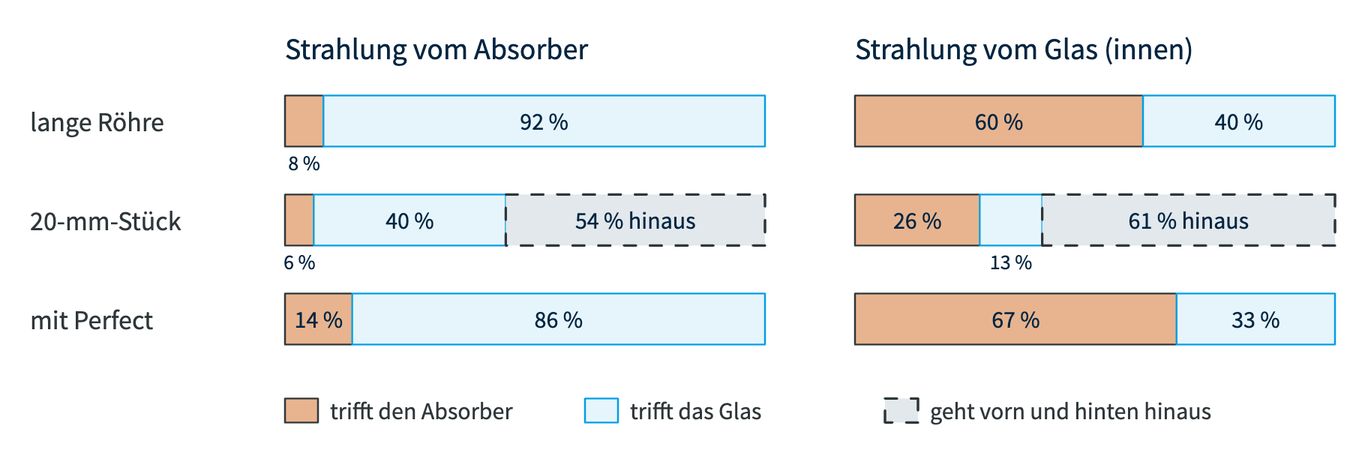
This is docs/P2_Randbedingungen/images/p2_sichtfaktor_balken.excalidraw.png from prof-schoenfelder-lab/Thermische-Analyse, a Excalidraw export, as it was before one commit. Source tidied: one line per element, renumbered; positions are measured from the earlier drawing's top-left corner, leaving out a move shared by most shapes.
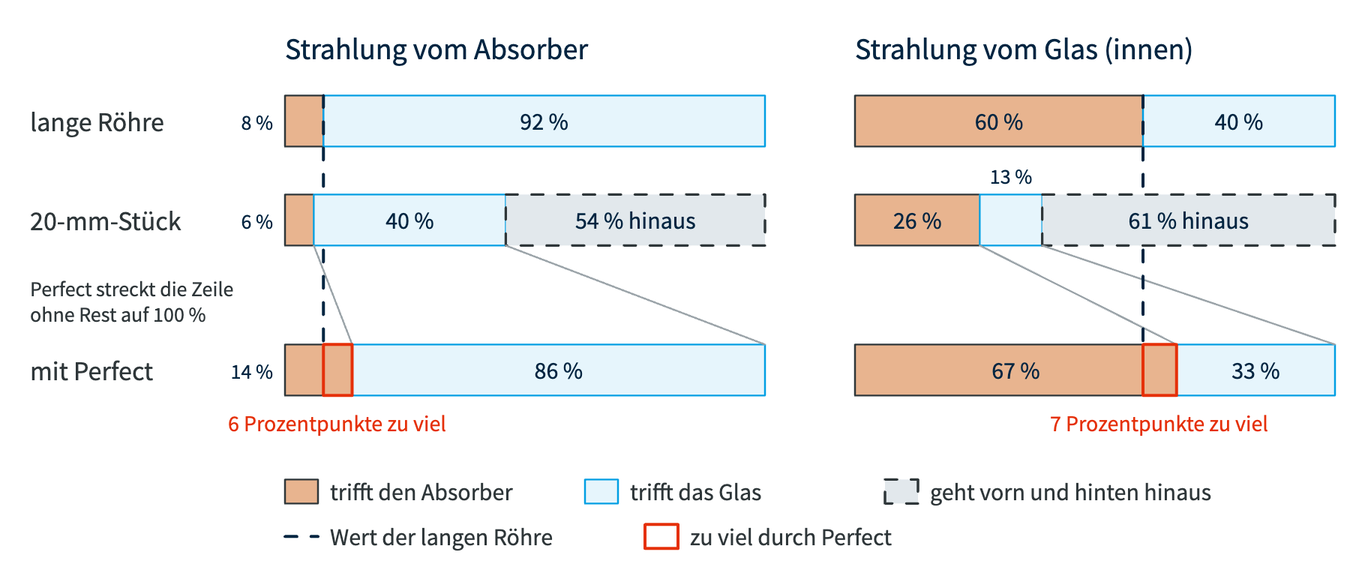
Above is the later version.

Diff of the diagram source:
```diff
@@ -1,39 +1,57 @@
+{"id": 1, "type": "text", "text": "lange Röhre", "strokeColor": "#2E3639", "strokeWidth": 2, "roughness": 0, "fontSize": 18, "fontFamily": 4, "x": 0, "y": 50, "width": 89, "height": 23}
+{"id": 6, "type": "text", "text": "20-mm-Stück", "strokeColor": "#2E3639", "strokeWidth": 2, "roughness": 0, "fontSize": 18, "fontFamily": 4, "x": 0, "y": 116, "width": 101, "height": 23}
+{"id": 13, "type": "text", "text": "mit Perfect", "strokeColor": "#2E3639", "strokeWidth": 2, "roughness": 0, "fontSize": 18, "fontFamily": 4, "x": 0, "y": 216, "width": 82, "height": 23}
+{"id": 39, "type": "text", "text": "Perfect streckt die Zeile", "strokeColor": "#2E3639", "strokeWidth": 2, "roughness": 0, "fontSize": 14, "fontFamily": 4, "x": 0, "y": 164, "width": 136, "height": 18}
+{"id": 40, "type": "text", "text": "ohne Rest auf 100 %", "strokeColor": "#2E3639", "strokeWidth": 2, "roughness": 0, "fontSize": 14, "fontFamily": 4, "x": 0, "y": 181, "width": 117, "height": 18}
 {"id": 0, "type": "text", "text": "Strahlung vom Absorber", "strokeColor": "#022541", "strokeWidth": 2, "roughness": 0, "fontSize": 20, "fontFamily": 4, "x": 170, "y": 0, "width": 202, "height": 25}
-{"id": 1, "type": "text", "text": "lange Röhre", "strokeColor": "#2E3639", "strokeWidth": 2, "roughness": 0, "fontSize": 18, "fontFamily": 4, "x": 0, "y": 50, "width": 89, "height": 23}
-{"id": 2, "type": "rectangle", "strokeColor": "#2E3639", "backgroundColor": "#e8b48f", "fillStyle": "solid", "strokeWidth": 1.2, "roughness": 0, "x": 170, "y": 44, "width": 26, "height": 34}
+{"id": 41, "type": "rectangle", "strokeColor": "#2E3639", "backgroundColor": "#e8b48f", "fillStyle": "solid", "strokeWidth": 1.2, "roughness": 0, "x": 170, "y": 44, "width": 26, "height": 34}
-{"id": 3, "type": "text", "text": "8 %", "strokeColor": "#022541", "strokeWidth": 2, "roughness": 0, "fontSize": 14, "fontFamily": 4, "x": 172, "y": 80, "width": 21, "height": 18}
+{"id": 3, "type": "text", "text": "8 %", "strokeColor": "#022541", "strokeWidth": 2, "roughness": 0, "fontSize": 14, "fontFamily": 4, "x": 141, "y": 53, "width": 21, "height": 18}
-{"id": 4, "type": "rectangle", "strokeColor": "#009EE3", "backgroundColor": "#e6f5fc", "fillStyle": "solid", "strokeWidth": 1.2, "roughness": 0, "x": 196, "y": 44, "width": 294, "height": 34}
+{"id": 42, "type": "rectangle", "strokeColor": "#009EE3", "backgroundColor": "#e6f5fc", "fillStyle": "solid", "strokeWidth": 1.2, "roughness": 0, "x": 196, "y": 44, "width": 294, "height": 34}
 {"id": 5, "type": "text", "text": "92 %", "strokeColor": "#022541", "strokeWidth": 2, "roughness": 0, "fontSize": 16, "fontFamily": 4, "x": 327, "y": 51, "width": 32, "height": 20}
-{"id": 6, "type": "text", "text": "20-mm-Stück", "strokeColor": "#2E3639", "strokeWidth": 2, "roughness": 0, "fontSize": 18, "fontFamily": 4, "x": 0, "y": 116, "width": 101, "height": 23}
-{"id": 7, "type": "rectangle", "strokeColor": "#2E3639", "backgroundColor": "#e8b48f", "fillStyle": "solid", "strokeWidth": 1.2, "roughness": 0, "x": 170, "y": 110, "width": 19, "height": 34}
+{"id": 43, "type": "rectangle", "strokeColor": "#2E3639", "backgroundColor": "#e8b48f", "fillStyle": "solid", "strokeWidth": 1.2, "roughness": 0, "x": 170, "y": 110, "width": 19, "height": 34}
-{"id": 8, "type": "text", "text": "6 %", "strokeColor": "#022541", "strokeWidth": 2, "roughness": 0, "fontSize": 14, "fontFamily": 4, "x": 169, "y": 146, "width": 21, "height": 18}
+{"id": 8, "type": "text", "text": "6 %", "strokeColor": "#022541", "strokeWidth": 2, "roughness": 0, "fontSize": 14, "fontFamily": 4, "x": 141, "y": 119, "width": 21, "height": 18}
-{"id": 9, "type": "rectangle", "strokeColor": "#009EE3", "backgroundColor": "#e6f5fc", "fillStyle": "solid", "strokeWidth": 1.2, "roughness": 0, "x": 189, "y": 110, "width": 128, "height": 34}
-{"id": 10, "type": "text", "text": "40 %", "strokeColor": "#022541", "strokeWidth": 2, "roughness": 0, "fontSize": 16, "fontFamily": 4, "x": 237, "y": 117, "width": 32, "height": 20}
-{"id": 11, "type": "rectangle", "strokeColor": "#2E3639", "backgroundColor": "#E2E8EC", "fillStyle": "solid", "strokeWidth": 1.2, "strokeStyle": "dashed", "roughness": 0, "x": 317, "y": 110, "width": 173, "height": 34}
+{"id": 44, "type": "rectangle", "strokeColor": "#009EE3", "backgroundColor": "#e6f5fc", "fillStyle": "solid", "strokeWidth": 1.2, "roughness": 0, "x": 189, "y": 110, "width": 128, "height": 34}
+{"id": 45, "type": "text", "text": "40 %", "strokeColor": "#022541", "strokeWidth": 2, "roughness": 0, "fontSize": 16, "fontFamily": 4, "x": 237, "y": 117, "width": 32, "height": 20}
+{"id": 46, "type": "rectangle", "strokeColor": "#2E3639", "backgroundColor": "#E2E8EC", "fillStyle": "solid", "strokeWidth": 1.2, "strokeStyle": "dashed", "roughness": 0, "x": 317, "y": 110, "width": 173, "height": 34}
 {"id": 12, "type": "text", "text": "54 % hinaus", "strokeColor": "#022541", "strokeWidth": 2, "roughness": 0, "fontSize": 16, "fontFamily": 4, "x": 363, "y": 117, "width": 80, "height": 20}
-{"id": 13, "type": "text", "text": "mit Perfect", "strokeColor": "#2E3639", "strokeWidth": 2, "roughness": 0, "fontSize": 18, "fontFamily": 4, "x": 0, "y": 182, "width": 82, "height": 23}
-{"id": 14, "type": "rectangle", "strokeColor": "#2E3639", "backgroundColor": "#e8b48f", "fillStyle": "solid", "strokeWidth": 1.2, "roughness": 0, "x": 170, "y": 176, "width": 45, "height": 34}
+{"id": 47, "type": "rectangle", "strokeColor": "#2E3639", "backgroundColor": "#e8b48f", "fillStyle": "solid", "strokeWidth": 1.2, "roughness": 0, "x": 170, "y": 210, "width": 45, "height": 34}
-{"id": 15, "type": "text", "text": "14 %", "strokeColor": "#022541", "strokeWidth": 2, "roughness": 0, "fontSize": 16, "fontFamily": 4, "x": 176, "y": 183, "width": 32, "height": 20}
+{"id": 15, "type": "text", "text": "14 %", "strokeColor": "#022541", "strokeWidth": 2, "roughness": 0, "fontSize": 14, "fontFamily": 4, "x": 134, "y": 219, "width": 28, "height": 18}
-{"id": 16, "type": "rectangle", "strokeColor": "#009EE3", "backgroundColor": "#e6f5fc", "fillStyle": "solid", "strokeWidth": 1.2, "roughness": 0, "x": 215, "y": 176, "width": 275, "height": 34}
+{"id": 48, "type": "rectangle", "strokeColor": "#009EE3", "backgroundColor": "#e6f5fc", "fillStyle": "solid", "strokeWidth": 1.2, "roughness": 0, "x": 215, "y": 210, "width": 275, "height": 34}
-{"id": 17, "type": "text", "text": "86 %", "strokeColor": "#022541", "strokeWidth": 2, "roughness": 0, "fontSize": 16, "fontFamily": 4, "x": 336, "y": 183, "width": 32, "height": 20}
+{"id": 17, "type": "text", "text": "86 %", "strokeColor": "#022541", "strokeWidth": 2, "roughness": 0, "fontSize": 16, "fontFamily": 4, "x": 336, "y": 217, "width": 32, "height": 20}
+{"id": 49, "type": "line", "strokeColor": "#9aa3a8", "strokeWidth": 1.2, "roughness": 0, "x": 189, "y": 144, "width": 100, "height": 0, "points": [[0, 0], [26, 66]]}
+{"id": 50, "type": "line", "strokeColor": "#9aa3a8", "strokeWidth": 1.2, "roughness": 0, "x": 317, "y": 144, "width": 100, "height": 0, "points": [[0, 0], [173, 66]]}
+{"id": 51, "type": "line", "strokeColor": "#022541", "strokeWidth": 1.5, "strokeStyle": "dashed", "roughness": 0, "x": 196, "y": 44, "width": 100, "height": 0, "points": [[0, 0], [0, 63]]}
+{"id": 52, "type": "line", "strokeColor": "#022541", "strokeWidth": 1.5, "strokeStyle": "dashed", "roughness": 0, "x": 196, "y": 147, "width": 100, "height": 0, "points": [[0, 0], [0, 103]]}
+{"id": 53, "type": "rectangle", "strokeColor": "#E53009", "strokeWidth": 2, "roughness": 0, "x": 196, "y": 210, "width": 19, "height": 34}
+{"id": 54, "type": "text", "text": "6 Prozentpunkte zu viel", "strokeColor": "#E53009", "strokeWidth": 2, "roughness": 0, "fontSize": 15, "fontFamily": 4, "x": 132, "y": 253, "width": 145, "height": 19}
 {"id": 18, "type": "text", "text": "Strahlung vom Glas (innen)", "strokeColor": "#022541", "strokeWidth": 2, "roughness": 0, "fontSize": 20, "fontFamily": 4, "x": 550, "y": 0, "width": 226, "height": 25}
-{"id": 19, "type": "rectangle", "strokeColor": "#2E3639", "backgroundColor": "#e8b48f", "fillStyle": "solid", "strokeWidth": 1.2, "roughness": 0, "x": 550, "y": 44, "width": 192, "height": 34}
+{"id": 55, "type": "rectangle", "strokeColor": "#2E3639", "backgroundColor": "#e8b48f", "fillStyle": "solid", "strokeWidth": 1.2, "roughness": 0, "x": 550, "y": 44, "width": 192, "height": 34}
 {"id": 20, "type": "text", "text": "60 %", "strokeColor": "#022541", "strokeWidth": 2, "roughness": 0, "fontSize": 16, "fontFamily": 4, "x": 630, "y": 51, "width": 32, "height": 20}
-{"id": 21, "type": "rectangle", "strokeColor": "#009EE3", "backgroundColor": "#e6f5fc", "fillStyle": "solid", "strokeWidth": 1.2, "roughness": 0, "x": 742, "y": 44, "width": 128, "height": 34}
-{"id": 22, "type": "text", "text": "40 %", "strokeColor": "#022541", "strokeWidth": 2, "roughness": 0, "fontSize": 16, "fontFamily": 4, "x": 790, "y": 51, "width": 32, "height": 20}
-{"id": 23, "type": "rectangle", "strokeColor": "#2E3639", "backgroundColor": "#e8b48f", "fillStyle": "solid", "strokeWidth": 1.2, "roughness": 0, "x": 550, "y": 110, "width": 83, "height": 34}
+{"id": 56, "type": "rectangle", "strokeColor": "#009EE3", "backgroundColor": "#e6f5fc", "fillStyle": "solid", "strokeWidth": 1.2, "roughness": 0, "x": 742, "y": 44, "width": 128, "height": 34}
+{"id": 57, "type": "text", "text": "40 %", "strokeColor": "#022541", "strokeWidth": 2, "roughness": 0, "fontSize": 16, "fontFamily": 4, "x": 790, "y": 51, "width": 32, "height": 20}
+{"id": 58, "type": "rectangle", "strokeColor": "#2E3639", "backgroundColor": "#e8b48f", "fillStyle": "solid", "strokeWidth": 1.2, "roughness": 0, "x": 550, "y": 110, "width": 83, "height": 34}
 {"id": 24, "type": "text", "text": "26 %", "strokeColor": "#022541", "strokeWidth": 2, "roughness": 0, "fontSize": 16, "fontFamily": 4, "x": 575, "y": 117, "width": 32, "height": 20}
-{"id": 25, "type": "rectangle", "strokeColor": "#009EE3", "backgroundColor": "#e6f5fc", "fillStyle": "solid", "strokeWidth": 1.2, "roughness": 0, "x": 633, "y": 110, "width": 42, "height": 34}
+{"id": 59, "type": "rectangle", "strokeColor": "#009EE3", "backgroundColor": "#e6f5fc", "fillStyle": "solid", "strokeWidth": 1.2, "roughness": 0, "x": 633, "y": 110, "width": 42, "height": 34}
-{"id": 26, "type": "text", "text": "13 %", "strokeColor": "#022541", "strokeWidth": 2, "roughness": 0, "fontSize": 14, "fontFamily": 4, "x": 640, "y": 146, "width": 28, "height": 18}
+{"id": 26, "type": "text", "text": "13 %", "strokeColor": "#022541", "strokeWidth": 2, "roughness": 0, "fontSize": 14, "fontFamily": 4, "x": 640, "y": 89, "width": 28, "height": 18}
-{"id": 27, "type": "rectangle", "strokeColor": "#2E3639", "backgroundColor": "#E2E8EC", "fillStyle": "solid", "strokeWidth": 1.2, "strokeStyle": "dashed", "roughness": 0, "x": 675, "y": 110, "width": 195, "height": 34}
+{"id": 60, "type": "rectangle", "strokeColor": "#2E3639", "backgroundColor": "#E2E8EC", "fillStyle": "solid", "strokeWidth": 1.2, "strokeStyle": "dashed", "roughness": 0, "x": 675, "y": 110, "width": 195, "height": 34}
 {"id": 28, "type": "text", "text": "61 % hinaus", "strokeColor": "#022541", "strokeWidth": 2, "roughness": 0, "fontSize": 16, "fontFamily": 4, "x": 732, "y": 117, "width": 80, "height": 20}
-{"id": 29, "type": "rectangle", "strokeColor": "#2E3639", "backgroundColor": "#e8b48f", "fillStyle": "solid", "strokeWidth": 1.2, "roughness": 0, "x": 550, "y": 176, "width": 214, "height": 34}
+{"id": 61, "type": "rectangle", "strokeColor": "#2E3639", "backgroundColor": "#e8b48f", "fillStyle": "solid", "strokeWidth": 1.2, "roughness": 0, "x": 550, "y": 210, "width": 214, "height": 34}
-{"id": 30, "type": "text", "text": "67 %", "strokeColor": "#022541", "strokeWidth": 2, "roughness": 0, "fontSize": 16, "fontFamily": 4, "x": 641, "y": 183, "width": 32, "height": 20}
+{"id": 30, "type": "text", "text": "67 %", "strokeColor": "#022541", "strokeWidth": 2, "roughness": 0, "fontSize": 16, "fontFamily": 4, "x": 641, "y": 217, "width": 32, "height": 20}
-{"id": 31, "type": "rectangle", "strokeColor": "#009EE3", "backgroundColor": "#e6f5fc", "fillStyle": "solid", "strokeWidth": 1.2, "roughness": 0, "x": 764, "y": 176, "width": 106, "height": 34}
+{"id": 62, "type": "rectangle", "strokeColor": "#009EE3", "backgroundColor": "#e6f5fc", "fillStyle": "solid", "strokeWidth": 1.2, "roughness": 0, "x": 764, "y": 210, "width": 106, "height": 34}
-{"id": 32, "type": "text", "text": "33 %", "strokeColor": "#022541", "strokeWidth": 2, "roughness": 0, "fontSize": 16, "fontFamily": 4, "x": 801, "y": 183, "width": 32, "height": 20}
+{"id": 32, "type": "text", "text": "33 %", "strokeColor": "#022541", "strokeWidth": 2, "roughness": 0, "fontSize": 16, "fontFamily": 4, "x": 801, "y": 217, "width": 32, "height": 20}
-{"id": 33, "type": "rectangle", "strokeColor": "#2E3639", "backgroundColor": "#e8b48f", "fillStyle": "solid", "strokeWidth": 1.2, "roughness": 0, "x": 170, "y": 246, "width": 22, "height": 16}
+{"id": 63, "type": "line", "strokeColor": "#9aa3a8", "strokeWidth": 1.2, "roughness": 0, "x": 633, "y": 144, "width": 100, "height": 0, "points": [[0, 0], [131, 66]]}
+{"id": 64, "type": "line", "strokeColor": "#9aa3a8", "strokeWidth": 1.2, "roughness": 0, "x": 675, "y": 144, "width": 100, "height": 0, "points": [[0, 0], [195, 66]]}
+{"id": 65, "type": "line", "strokeColor": "#022541", "strokeWidth": 1.5, "strokeStyle": "dashed", "roughness": 0, "x": 742, "y": 44, "width": 100, "height": 0, "points": [[0, 0], [0, 63]]}
+{"id": 66, "type": "line", "strokeColor": "#022541", "strokeWidth": 1.5, "strokeStyle": "dashed", "roughness": 0, "x": 742, "y": 147, "width": 100, "height": 0, "points": [[0, 0], [0, 103]]}
+{"id": 67, "type": "rectangle", "strokeColor": "#E53009", "strokeWidth": 2, "roughness": 0, "x": 742, "y": 210, "width": 22, "height": 34}
+{"id": 68, "type": "text", "text": "7 Prozentpunkte zu viel", "strokeColor": "#E53009", "strokeWidth": 2, "roughness": 0, "fontSize": 15, "fontFamily": 4, "x": 680, "y": 253, "width": 145, "height": 19}
+{"id": 69, "type": "rectangle", "strokeColor": "#2E3639", "backgroundColor": "#e8b48f", "fillStyle": "solid", "strokeWidth": 1.2, "roughness": 0, "x": 170, "y": 300, "width": 22, "height": 16}
-{"id": 34, "type": "text", "text": "trifft den Absorber", "strokeColor": "#2E3639", "strokeWidth": 2, "roughness": 0, "fontSize": 16, "fontFamily": 4, "x": 200, "y": 244, "width": 122, "height": 20}
+{"id": 34, "type": "text", "text": "trifft den Absorber", "strokeColor": "#2E3639", "strokeWidth": 2, "roughness": 0, "fontSize": 16, "fontFamily": 4, "x": 200, "y": 298, "width": 122, "height": 20}
-{"id": 35, "type": "rectangle", "strokeColor": "#009EE3", "backgroundColor": "#e6f5fc", "fillStyle": "solid", "strokeWidth": 1.2, "roughness": 0, "x": 370, "y": 246, "width": 22, "height": 16}
+{"id": 70, "type": "rectangle", "strokeColor": "#009EE3", "backgroundColor": "#e6f5fc", "fillStyle": "solid", "strokeWidth": 1.2, "roughness": 0, "x": 370, "y": 300, "width": 22, "height": 16}
-{"id": 36, "type": "text", "text": "trifft das Glas", "strokeColor": "#2E3639", "strokeWidth": 2, "roughness": 0, "fontSize": 16, "fontFamily": 4, "x": 400, "y": 244, "width": 88, "height": 20}
+{"id": 36, "type": "text", "text": "trifft das Glas", "strokeColor": "#2E3639", "strokeWidth": 2, "roughness": 0, "fontSize": 16, "fontFamily": 4, "x": 400, "y": 298, "width": 88, "height": 20}
-{"id": 37, "type": "rectangle", "strokeColor": "#2E3639", "backgroundColor": "#E2E8EC", "fillStyle": "solid", "strokeWidth": 1.2, "strokeStyle": "dashed", "roughness": 0, "x": 570, "y": 246, "width": 22, "height": 16}
+{"id": 71, "type": "rectangle", "strokeColor": "#2E3639", "backgroundColor": "#E2E8EC", "fillStyle": "solid", "strokeWidth": 1.2, "strokeStyle": "dashed", "roughness": 0, "x": 570, "y": 300, "width": 22, "height": 16}
-{"id": 38, "type": "text", "text": "geht vorn und hinten hinaus", "strokeColor": "#2E3639", "strokeWidth": 2, "roughness": 0, "fontSize": 16, "fontFamily": 4, "x": 600, "y": 244, "width": 188, "height": 20}
+{"id": 38, "type": "text", "text": "geht vorn und hinten hinaus", "strokeColor": "#2E3639", "strokeWidth": 2, "roughness": 0, "fontSize": 16, "fontFamily": 4, "x": 600, "y": 298, "width": 188, "height": 20}
+{"id": 72, "type": "line", "strokeColor": "#022541", "strokeWidth": 1.5, "strokeStyle": "dashed", "roughness": 0, "x": 170, "y": 338, "width": 100, "height": 0, "points": [[0, 0], [22, 0]]}
+{"id": 73, "type": "text", "text": "Wert der langen Röhre", "strokeColor": "#2E3639", "strokeWidth": 2, "roughness": 0, "fontSize": 16, "fontFamily": 4, "x": 200, "y": 328, "width": 149, "height": 20}
+{"id": 74, "type": "rectangle", "strokeColor": "#E53009", "strokeWidth": 2, "roughness": 0, "x": 410, "y": 330, "width": 22, "height": 16}
+{"id": 75, "type": "text", "text": "zu viel durch Perfect", "strokeColor": "#2E3639", "strokeWidth": 2, "roughness": 0, "fontSize": 16, "fontFamily": 4, "x": 440, "y": 328, "width": 134, "height": 20}
```
